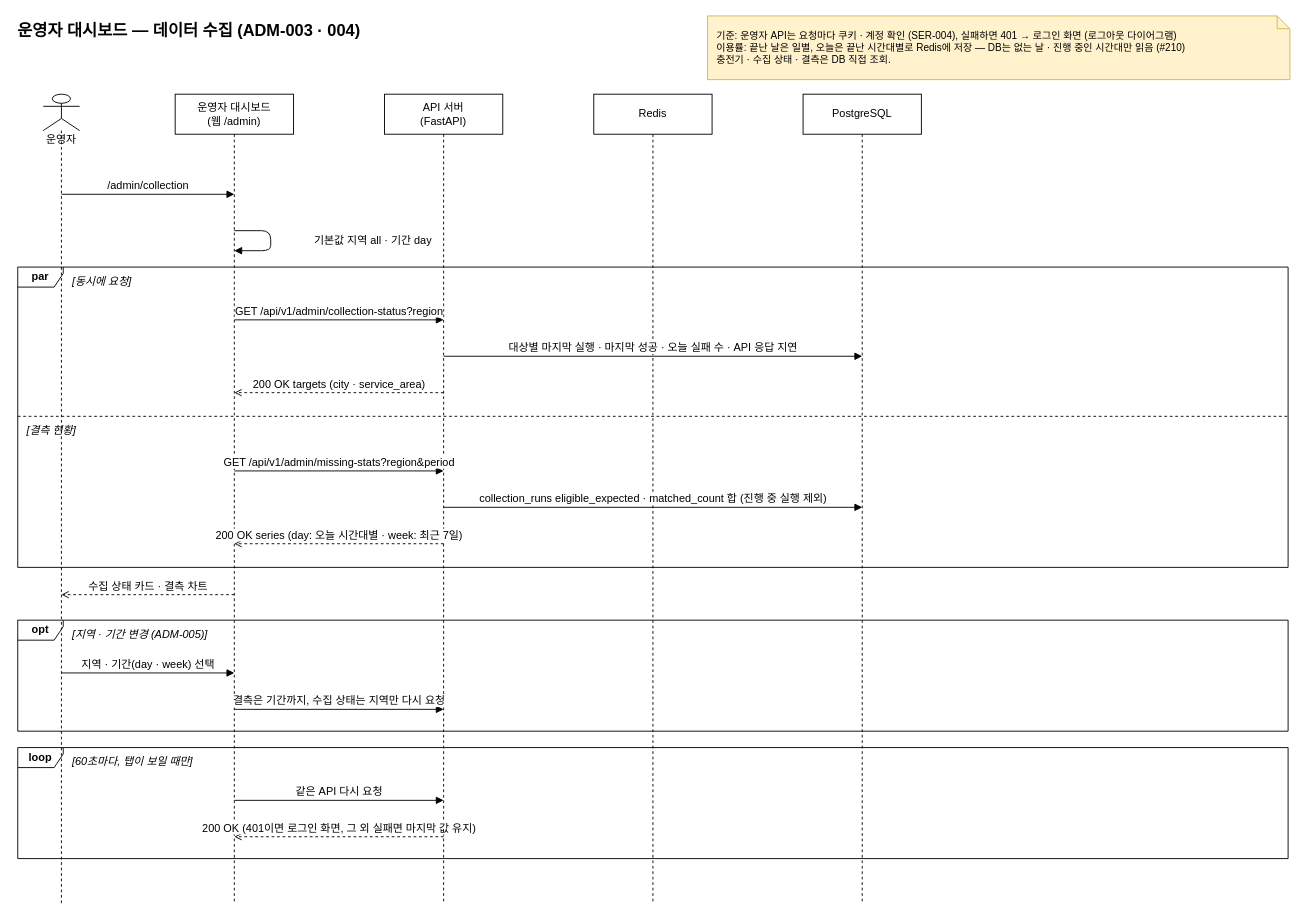
This is page "데이터 수집" (3 of 3) of docs/diagrams_new/sequence-운영자 대시보드 조회.drawio from 2026-Capstone4/ev-flow, a draw.io file, before an edit. Source tidied: cells renumbered, new cells numbered last; positions are measured from the earlier drawing's top-left corner, leaving out a move shared by most shapes. Both pictures are drawn from the tidied source at 91%, with x=0, y=0 at pixel (15, 15).
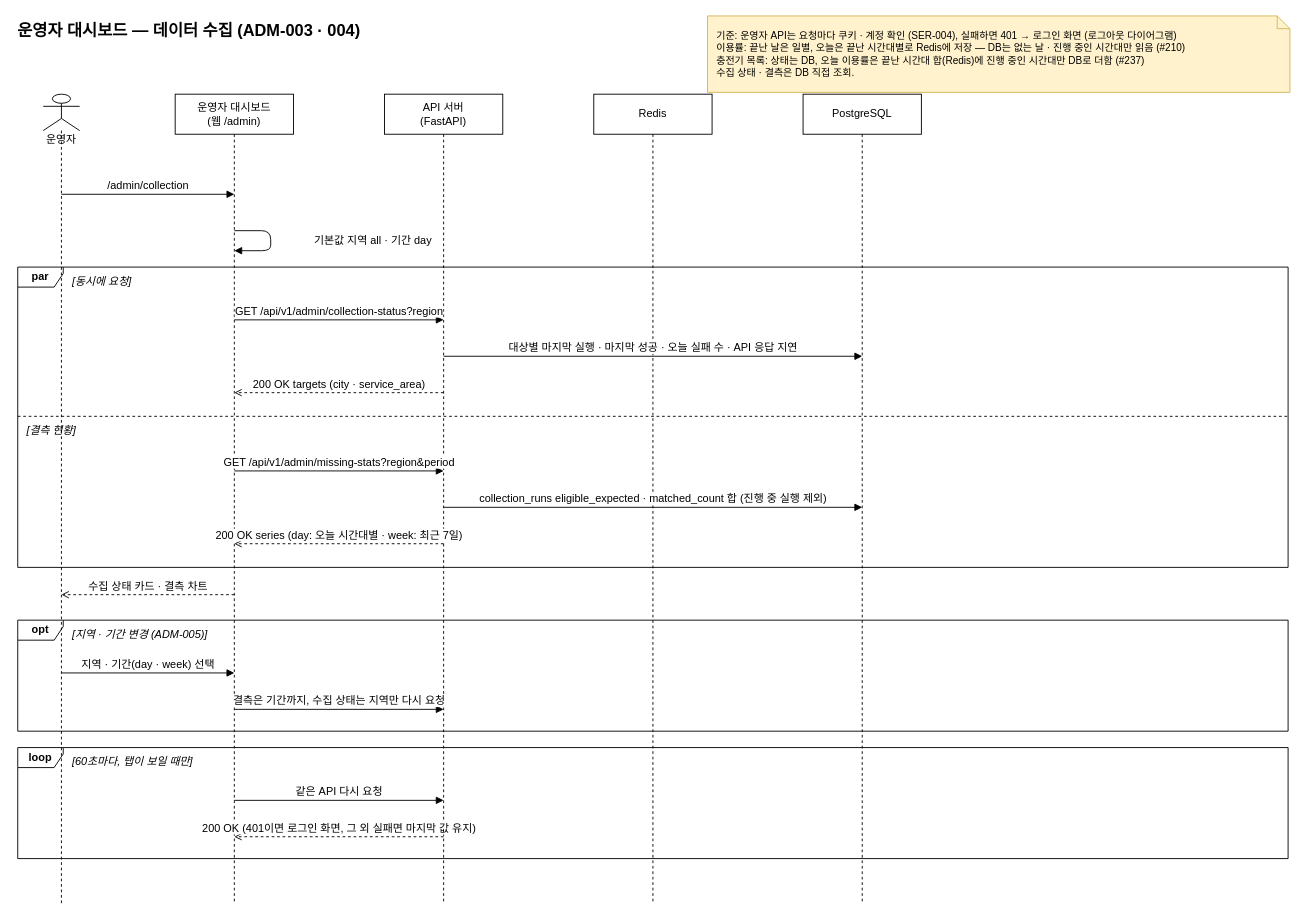
After the change.

Commit message (it also covers changes not shown here):
fix: 운영자 충전기 목록 느림 - 충전기 상태를 회차 한 번에 읽고 오늘 합을 Redis에 저장 (#237)

What changed in the source:
```diff
@@
-    <mxCell id="11" value="기준: 운영자 API는 요청마다 쿠키 · 계정 확인 (SER-004), 실패하면 401 → 로그인 화면 (로그아웃 다이어그램)&lt;br&gt;이용률: 끝난 날은 일별, 오늘은 끝난 시간대별로 Redis에 저장 — DB는 없는 날 · 진행 중인 시간대만 읽음 (#210)&lt;br&gt;충전기 · 수집 상태 · 결측은 DB 직접 조회." style="shape=note;whiteSpace=wrap;html=1;size=14;align=left;spacingLeft=8;fillColor=#fff2cc;strokeColor=#d6b656;fontFamily=Pretendard;fontSize=11;" parent="1" vertex="1">
-      <mxGeometry x="760" width="640" height="70" as="geometry" />
+    <mxCell id="11" value="기준: 운영자 API는 요청마다 쿠키 · 계정 확인 (SER-004), 실패하면 401 → 로그인 화면 (로그아웃 다이어그램)&lt;br&gt;이용률: 끝난 날은 일별, 오늘은 끝난 시간대별로 Redis에 저장 — DB는 없는 날 · 진행 중인 시간대만 읽음 (#210)&lt;br&gt;충전기 목록: 상태는 DB, 오늘 이용률은 끝난 시간대 합(Redis)에 진행 중인 시간대만 DB로 더함 (#237)&lt;br&gt;수집 상태 · 결측은 DB 직접 조회." style="shape=note;whiteSpace=wrap;html=1;size=14;align=left;spacingLeft=8;fillColor=#fff2cc;strokeColor=#d6b656;fontFamily=Pretendard;fontSize=11;" parent="1" vertex="1">
+      <mxGeometry x="760" width="640" height="84" as="geometry" />
     </mxCell>
```
